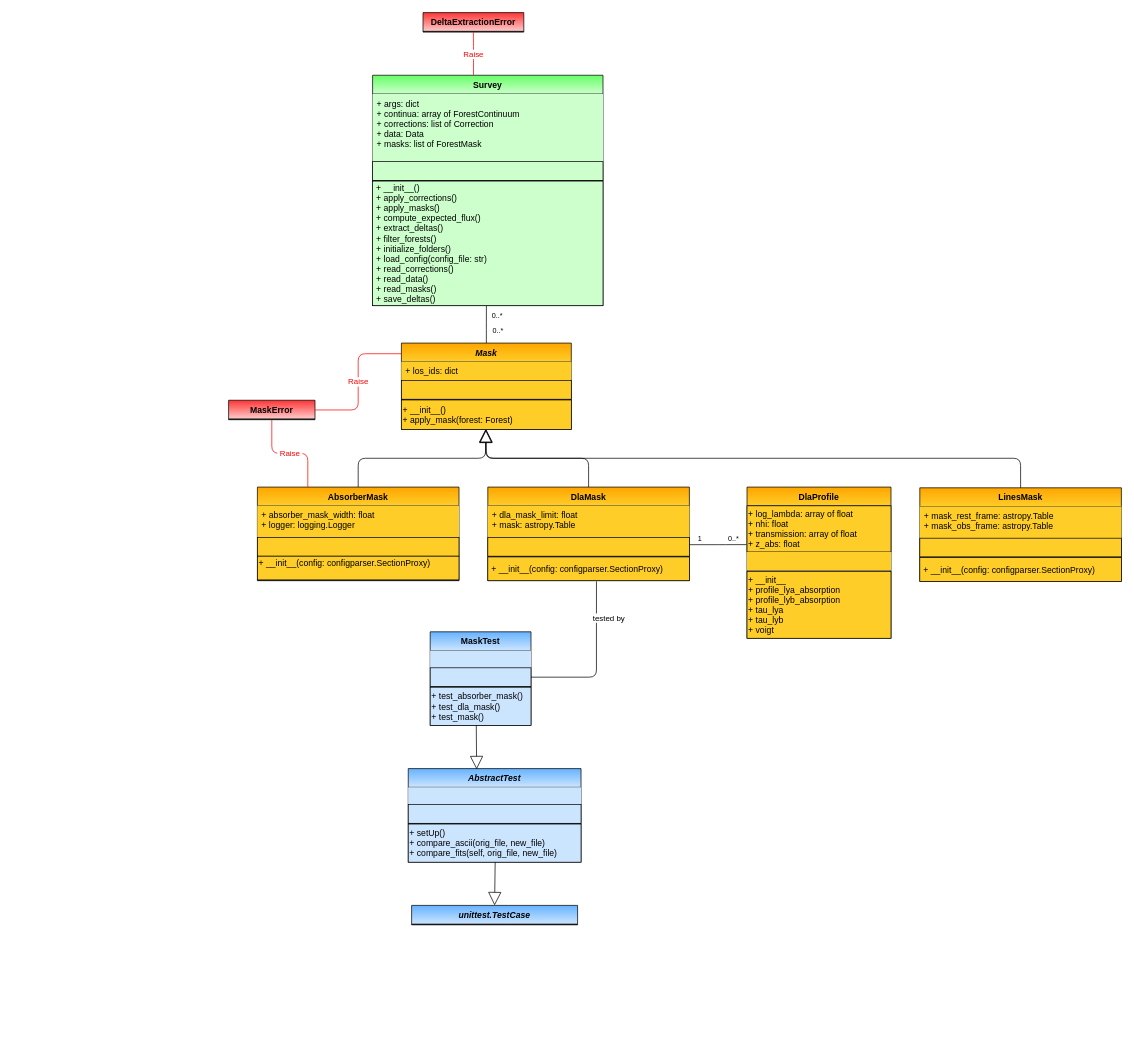
This is page "Mask" (4 of 7) of docs/delta_extraction/data_model/data_model.drawio from igmhub/picca, a draw.io file, before an edit. Source tidied: cells renumbered, new cells numbered last; positions are measured from the earlier drawing's top-left corner, leaving out a move shared by most shapes. Both pictures are drawn from the tidied source at 72%, with x=0, y=0 at pixel (228, 12).
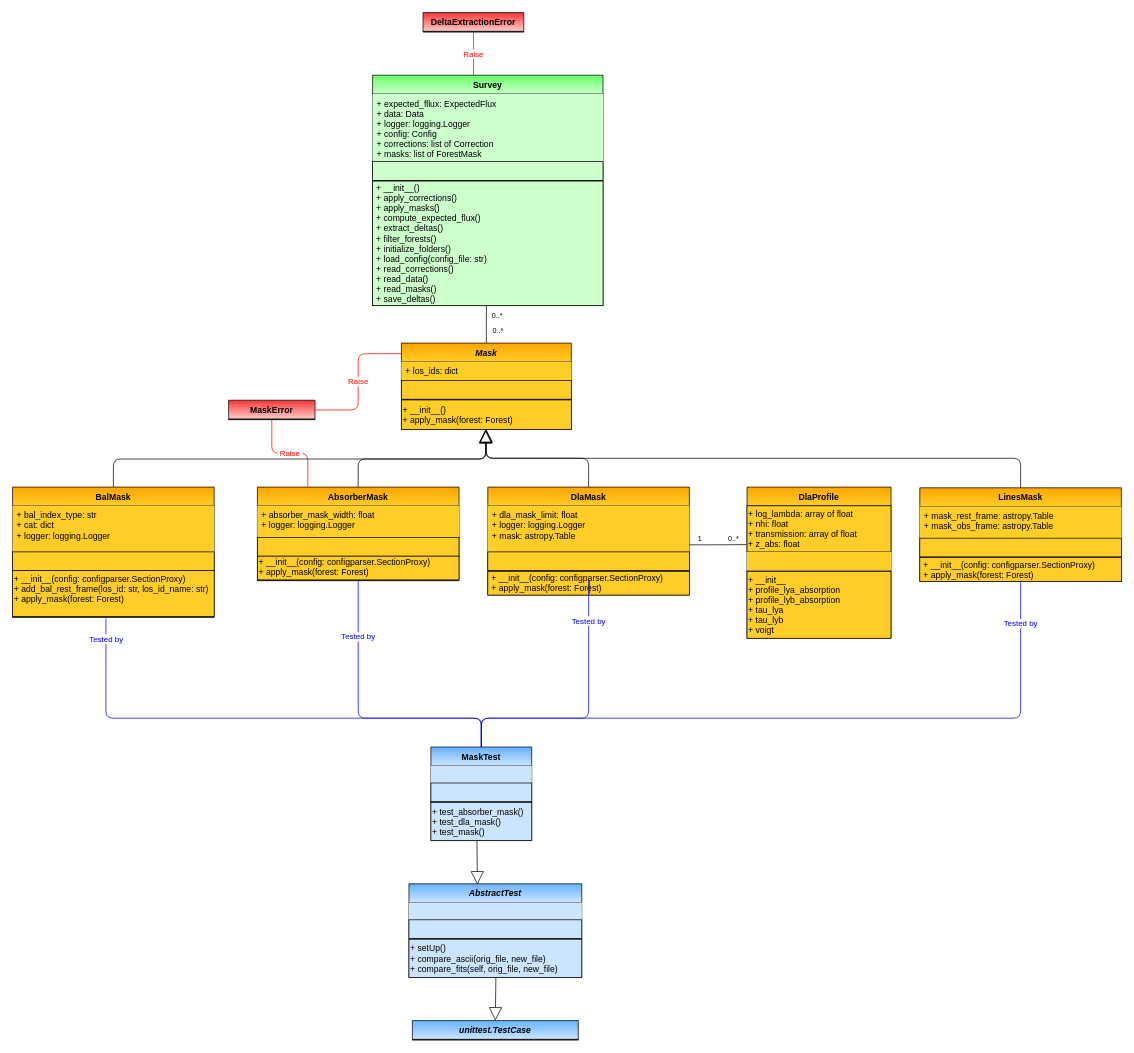
Above is the later version.

Commit message (it also covers changes not shown here):
updated data model

The change refers to these unchanged cells:
```xml
<mxCell id="7" value="Survey" style="swimlane;fontStyle=1;horizontal=1;startSize=26;swimlaneFillColor=#ffffff;rounded=0;shadow=0;glass=0;comic=0;strokeColor=#000000;swimlaneLine=1;gradientDirection=north;fillColor=#CCFFCC;gradientColor=#66FF66;" parent="1" vertex="1">
  <mxGeometry x="200" y="87" width="320" height="320" as="geometry" />
</mxCell>
<mxCell id="21" value="+ __init__()&#10;+ apply_mask(forest: Forest)" style="text;strokeColor=#000000;fillColor=#ffcd28;align=left;verticalAlign=middle;overflow=hidden;points=[[0,0.5],[1,0.5]];portConstraint=eastwest;rounded=0;shadow=0;glass=0;comic=0;fontStyle=0;gradientColor=none;swimlaneFillColor=#ffffff;gradientDirection=north;startSize=26;" parent="17" vertex="1">
  <mxGeometry y="79" width="236" height="41" as="geometry" />
</mxCell>
<mxCell id="22" value="AbsorberMask" style="swimlane;fontStyle=1;horizontal=1;startSize=26;fillColor=#ffcd28;swimlaneFillColor=#ffffff;rounded=0;shadow=0;glass=0;comic=0;strokeColor=#000000;gradientColor=#ffa500;swimlaneLine=1;gradientDirection=north;" parent="1" vertex="1">
  <mxGeometry x="40" y="659" width="280" height="130" as="geometry" />
</mxCell>
<mxCell id="26" style="line;strokeWidth=1;fillColor=none;align=left;verticalAlign=middle;spacingTop=-1;spacingLeft=3;spacingRight=3;labelPosition=right;points=[];portConstraint=eastwest;rounded=0;shadow=0;glass=0;comic=0;" parent="22" vertex="1">
  <mxGeometry y="129" width="280" height="1" as="geometry" />
</mxCell>
<mxCell id="38" value="+ log_lambda: array of float&#10;+ nhi: float&#10;+ transmission: array of float&#10;+ z_abs: float" style="text;strokeColor=#000000;fillColor=#ffcd28;align=left;verticalAlign=middle;overflow=hidden;points=[[0,0.5],[1,0.5]];portConstraint=eastwest;rounded=0;shadow=0;glass=0;comic=0;fontStyle=0;gradientColor=none;swimlaneFillColor=#ffffff;gradientDirection=north;startSize=26;" parent="37" vertex="1">
  <mxGeometry y="26" width="200" height="64" as="geometry" />
</mxCell>
<mxCell id="52" style="text;strokeColor=#000000;align=left;verticalAlign=middle;overflow=hidden;points=[[0,0.5],[1,0.5]];portConstraint=eastwest;rounded=0;shadow=0;glass=0;comic=0;fontStyle=0;gradientColor=none;swimlaneFillColor=#ffffff;gradientDirection=north;startSize=26;fillColor=#CCE5FF;" parent="50" vertex="1">
  <mxGeometry y="50" width="140" height="26" as="geometry" />
</mxCell>
<mxCell id="60" value="LinesMask" style="swimlane;fontStyle=1;horizontal=1;startSize=26;fillColor=#ffcd28;swimlaneFillColor=#ffffff;rounded=0;shadow=0;glass=0;comic=0;strokeColor=#000000;gradientColor=#ffa500;swimlaneLine=1;gradientDirection=north;" parent="1" vertex="1">
  <mxGeometry x="960" y="660" width="280" height="130" as="geometry" />
</mxCell>
```

Change to the diagram source:
```diff
@@
     <mxCell id="2" style="endArrow=block;endSize=16;endFill=0;html=1;entryX=0.496;entryY=0.984;entryDx=0;entryDy=0;entryPerimeter=0;exitX=0.5;exitY=0;exitDx=0;exitDy=0;" parent="1" edge="1" source="22" target="21">
       <mxGeometry relative="1" as="geometry">
         <Array as="points">
-          <mxPoint x="180" y="619" />
-          <mxPoint x="357" y="619" />
+          <mxPoint x="180" y="620" />
+          <mxPoint x="358" y="620" />
         </Array>
       </mxGeometry>
     </mxCell>
@@
-    <mxCell id="8" value="+ args: dict&#10;+ continua: array of ForestContinuum&#10;+ corrections: list of Correction&#10;+ data: Data&#10;+ masks: list of ForestMask&#10;" style="text;strokeColor=none;align=left;verticalAlign=top;spacingLeft=4;spacingRight=4;overflow=hidden;gradientColor=none;fillColor=#CCFFCC;" parent="7" vertex="1">
+    <mxCell id="8" value="+ expected_fllux: ExpectedFlux&#10;+ data: Data&#10;+ logger: logging.Logger&#10;+ config: Config&#10;+ corrections: list of Correction&#10;+ masks: list of ForestMask" style="text;strokeColor=none;align=left;verticalAlign=top;spacingLeft=4;spacingRight=4;overflow=hidden;gradientColor=none;fillColor=#CCFFCC;" parent="7" vertex="1">
       <mxGeometry y="26" width="320" height="94" as="geometry" />
     </mxCell>
@@
     <mxCell id="12" value="DlaMask" style="swimlane;fontStyle=1;horizontal=1;startSize=26;fillColor=#ffcd28;swimlaneFillColor=#ffffff;rounded=0;shadow=0;glass=0;comic=0;strokeColor=#000000;gradientColor=#ffa500;swimlaneLine=1;gradientDirection=north;" parent="1" vertex="1">
-      <mxGeometry x="360" y="659" width="280" height="130" as="geometry" />
+      <mxGeometry x="360" y="659" width="280" height="150" as="geometry" />
     </mxCell>
-    <mxCell id="13" value="+ dla_mask_limit: float&#10;+ mask: astropy.Table" style="text;strokeColor=none;fillColor=#ffcd28;align=left;verticalAlign=top;spacingLeft=4;spacingRight=4;overflow=hidden;points=[[0,0.5],[1,0.5]];portConstraint=eastwest;gradientColor=none;" parent="12" vertex="1">
-      <mxGeometry y="26" width="280" height="44" as="geometry" />
+    <mxCell id="13" value="+ dla_mask_limit: float&#10;+ logger: logging.Logger&#10;+ mask: astropy.Table" style="text;strokeColor=none;fillColor=#ffcd28;align=left;verticalAlign=top;spacingLeft=4;spacingRight=4;overflow=hidden;points=[[0,0.5],[1,0.5]];portConstraint=eastwest;gradientColor=none;" parent="12" vertex="1">
+      <mxGeometry y="26" width="280" height="64" as="geometry" />
     </mxCell>
     <mxCell id="14" style="text;strokeColor=#000000;fillColor=#ffcd28;align=left;verticalAlign=middle;overflow=hidden;points=[[0,0.5],[1,0.5]];portConstraint=eastwest;rounded=0;shadow=0;glass=0;comic=0;fontStyle=0;gradientColor=none;swimlaneFillColor=#ffffff;gradientDirection=north;startSize=26;" parent="12" vertex="1">
-      <mxGeometry y="70" width="280" height="26" as="geometry" />
+      <mxGeometry y="90" width="280" height="26" as="geometry" />
     </mxCell>
     <mxCell id="15" style="line;strokeWidth=1;fillColor=none;align=left;verticalAlign=middle;spacingTop=-1;spacingLeft=3;spacingRight=3;labelPosition=right;rounded=0;shadow=0;glass=0;comic=0;" parent="12" vertex="1">
-      <mxGeometry y="96" width="280" height="1" as="geometry" />
+      <mxGeometry y="116" width="280" height="1" as="geometry" />
     </mxCell>
-    <mxCell id="16" value=" + __init__(config: configparser.SectionProxy)" style="text;strokeColor=#000000;fillColor=#ffcd28;align=left;verticalAlign=middle;overflow=hidden;points=[[0,0.5],[1,0.5]];portConstraint=eastwest;rounded=0;shadow=0;glass=0;comic=0;fontStyle=0;gradientColor=none;swimlaneFillColor=#ffffff;gradientDirection=north;startSize=26;" parent="12" vertex="1">
-      <mxGeometry y="97" width="280" height="33" as="geometry" />
+    <mxCell id="16" value=" + __init__(config: configparser.SectionProxy)&#10; + apply_mask(forest: Forest)" style="text;strokeColor=#000000;fillColor=#ffcd28;align=left;verticalAlign=middle;overflow=hidden;points=[[0,0.5],[1,0.5]];portConstraint=eastwest;rounded=0;shadow=0;glass=0;comic=0;fontStyle=0;gradientColor=none;swimlaneFillColor=#ffffff;gradientDirection=north;startSize=26;" parent="12" vertex="1">
+      <mxGeometry y="117" width="280" height="33" as="geometry" />
     </mxCell>
@@
-    <mxCell id="25" value="+ __init__(config: configparser.SectionProxy)&#10;" style="text;strokeColor=#000000;fillColor=#ffcd28;align=left;verticalAlign=middle;overflow=hidden;rounded=0;shadow=0;glass=0;comic=0;fontStyle=0;gradientColor=none;swimlaneFillColor=#ffffff;gradientDirection=north;startSize=26;" parent="22" vertex="1">
+    <mxCell id="25" value="+ __init__(config: configparser.SectionProxy)&#10;+ apply_mask(forest: Forest)&#10;" style="text;strokeColor=#000000;fillColor=#ffcd28;align=left;verticalAlign=middle;overflow=hidden;rounded=0;shadow=0;glass=0;comic=0;fontStyle=0;gradientColor=none;swimlaneFillColor=#ffffff;gradientDirection=north;startSize=26;" parent="22" vertex="1">
       <mxGeometry y="96" width="280" height="33" as="geometry" />
     </mxCell>
@@
-    <mxCell id="42" style="endArrow=none;html=1;edgeStyle=orthogonalEdgeStyle;entryX=-0.004;entryY=0.842;entryDx=0;entryDy=0;entryPerimeter=0;exitX=1;exitY=0.385;exitDx=0;exitDy=0;exitPerimeter=0;" parent="1" edge="1" source="14" target="38">
+    <mxCell id="42" style="endArrow=none;html=1;edgeStyle=orthogonalEdgeStyle;entryX=-0.004;entryY=0.842;entryDx=0;entryDy=0;entryPerimeter=0;exitX=0.999;exitY=0.847;exitDx=0;exitDy=0;exitPerimeter=0;" parent="1" edge="1" source="13" target="38">
       <mxGeometry relative="1" as="geometry" />
     </mxCell>
@@
     <mxCell id="45" value="AbstractTest" style="swimlane;fontStyle=3;horizontal=1;startSize=26;swimlaneFillColor=#ffffff;rounded=0;shadow=0;glass=0;comic=0;strokeColor=#000000;swimlaneLine=1;gradientDirection=north;gradientColor=#66B2FF;fillColor=#CCE5FF;" parent="1" vertex="1">
-      <mxGeometry x="249.5" y="1050" width="240" height="130" as="geometry" />
+      <mxGeometry x="250.5" y="1210" width="240" height="130" as="geometry" />
     </mxCell>
@@
     <mxCell id="50" value="MaskTest" style="swimlane;fontStyle=1;horizontal=1;startSize=26;swimlaneFillColor=#ffffff;rounded=0;shadow=0;glass=0;comic=0;strokeColor=#000000;swimlaneLine=1;gradientDirection=north;gradientColor=#66B2FF;fillColor=#CCE5FF;" parent="1" vertex="1">
-      <mxGeometry x="280" y="860" width="140" height="130" as="geometry" />
+      <mxGeometry x="281" y="1020" width="140" height="130" as="geometry" />
     </mxCell>
@@
-    <mxCell id="55" style="endArrow=none;html=1;edgeStyle=orthogonalEdgeStyle;entryX=0.539;entryY=1.03;entryDx=0;entryDy=0;entryPerimeter=0;exitX=1;exitY=0.5;exitDx=0;exitDy=0;" parent="1" edge="1" source="52" target="16">
-      <mxGeometry relative="1" as="geometry" />
-    </mxCell>
-    <mxCell id="56" value="&amp;nbsp;tested by&amp;nbsp;" style="edgeLabel;html=1;align=center;verticalAlign=middle;" parent="55" vertex="1">
-      <mxGeometry x="-0.72" relative="1" as="geometry">
-        <mxPoint x="76" y="-83" as="offset" />
-      </mxGeometry>
-    </mxCell>
@@
-    <mxCell id="64" value=" + __init__(config: configparser.SectionProxy)" style="text;strokeColor=#000000;fillColor=#ffcd28;align=left;verticalAlign=middle;overflow=hidden;rounded=0;shadow=0;glass=0;comic=0;fontStyle=0;gradientColor=none;swimlaneFillColor=#ffffff;gradientDirection=north;startSize=26;" parent="60" vertex="1">
+    <mxCell id="64" value=" + __init__(config: configparser.SectionProxy)&#10; + apply_mask(forest: Forest)" style="text;strokeColor=#000000;fillColor=#ffcd28;align=left;verticalAlign=middle;overflow=hidden;rounded=0;shadow=0;glass=0;comic=0;fontStyle=0;gradientColor=none;swimlaneFillColor=#ffffff;gradientDirection=north;startSize=26;" parent="60" vertex="1">
       <mxGeometry y="97" width="280" height="33" as="geometry" />
     </mxCell>
@@
     <mxCell id="66" value="unittest.TestCase" style="swimlane;fontStyle=3;horizontal=1;startSize=26;swimlaneFillColor=#ffffff;rounded=0;shadow=0;glass=0;comic=0;strokeColor=#000000;swimlaneLine=1;gradientDirection=north;gradientColor=#66B2FF;fillColor=#CCE5FF;" parent="1" vertex="1">
-      <mxGeometry x="254.2" y="1240" width="230.5" height="27" as="geometry" />
+      <mxGeometry x="255.2" y="1400" width="230.5" height="27" as="geometry" />
     </mxCell>
@@
+    <mxCell id="69" value="BalMask" style="swimlane;fontStyle=1;horizontal=1;startSize=26;fillColor=#ffcd28;swimlaneFillColor=#ffffff;rounded=0;shadow=0;glass=0;comic=0;strokeColor=#000000;gradientColor=#ffa500;swimlaneLine=1;gradientDirection=north;" parent="1" vertex="1">
+      <mxGeometry x="-300" y="659" width="280" height="181" as="geometry" />
+    </mxCell>
+    <mxCell id="70" value="+ bal_index_type: str&#10;+ cat: dict&#10;+ logger: logging.Logger&#10;" style="text;strokeColor=none;fillColor=#ffcd28;align=left;verticalAlign=top;spacingLeft=4;spacingRight=4;overflow=hidden;gradientColor=none;" parent="69" vertex="1">
+      <mxGeometry y="26" width="280" height="64" as="geometry" />
+    </mxCell>
+    <mxCell id="71" style="text;strokeColor=#000000;fillColor=#ffcd28;align=left;verticalAlign=middle;overflow=hidden;rounded=0;shadow=0;glass=0;comic=0;fontStyle=0;gradientColor=none;swimlaneFillColor=#ffffff;gradientDirection=north;startSize=26;" parent="69" vertex="1">
+      <mxGeometry y="90" width="280" height="26" as="geometry" />
+    </mxCell>
+    <mxCell id="72" value="+ __init__(config: configparser.SectionProxy)&#10;+ add_bal_rest_frame(los_id: str, los_id_name: str)&#10;+ apply_mask(forest: Forest)&#10;" style="text;strokeColor=#000000;fillColor=#ffcd28;align=left;verticalAlign=middle;overflow=hidden;rounded=0;shadow=0;glass=0;comic=0;fontStyle=0;gradientColor=none;swimlaneFillColor=#ffffff;gradientDirection=north;startSize=26;" parent="69" vertex="1">
+      <mxGeometry y="116" width="280" height="64" as="geometry" />
+    </mxCell>
+    <mxCell id="73" style="line;strokeWidth=1;fillColor=none;align=left;verticalAlign=middle;spacingTop=-1;spacingLeft=3;spacingRight=3;labelPosition=right;points=[];portConstraint=eastwest;rounded=0;shadow=0;glass=0;comic=0;" parent="69" vertex="1">
+      <mxGeometry y="180" width="280" height="1" as="geometry" />
+    </mxCell>
+    <mxCell id="74" value="&lt;font color=&quot;#0000ff&quot;&gt;&amp;nbsp;Tested by&amp;nbsp;&lt;/font&gt;" style="endArrow=none;html=1;edgeStyle=orthogonalEdgeStyle;strokeColor=#0000FF;exitX=0.505;exitY=0.955;exitDx=0;exitDy=0;exitPerimeter=0;entryX=0.5;entryY=0;entryDx=0;entryDy=0;" parent="1" edge="1" source="16" target="50">
+      <mxGeometry x="-0.61" relative="1" as="geometry">
+        <Array as="points">
+          <mxPoint x="500" y="788" />
+          <mxPoint x="500" y="980" />
+          <mxPoint x="351" y="980" />
+        </Array>
+      </mxGeometry>
+    </mxCell>
+    <mxCell id="75" style="html=1;align=left;verticalAlign=bottom;labelBackgroundColor=#ffffff;fontSize=10;" parent="74" vertex="1">
+      <mxGeometry x="-1" relative="1" as="geometry">
+        <mxPoint x="10" as="offset" />
+      </mxGeometry>
+    </mxCell>
+    <mxCell id="76" value="&lt;font color=&quot;#0000ff&quot;&gt;&amp;nbsp;Tested by&amp;nbsp;&lt;/font&gt;" style="endArrow=none;html=1;edgeStyle=orthogonalEdgeStyle;strokeColor=#0000FF;entryX=0.5;entryY=0;entryDx=0;entryDy=0;exitX=0.5;exitY=1.293;exitDx=0;exitDy=0;exitPerimeter=0;" parent="1" edge="1" source="26" target="50">
+      <mxGeometry x="-0.61" relative="1" as="geometry">
+        <Array as="points">
+          <mxPoint x="180" y="980" />
+          <mxPoint x="351" y="980" />
+        </Array>
+      </mxGeometry>
+    </mxCell>
+    <mxCell id="77" style="html=1;align=left;verticalAlign=bottom;labelBackgroundColor=#ffffff;fontSize=10;" parent="76" vertex="1">
+      <mxGeometry x="-1" relative="1" as="geometry">
+        <mxPoint x="10" as="offset" />
+      </mxGeometry>
+    </mxCell>
+    <mxCell id="78" value="&lt;font color=&quot;#0000ff&quot;&gt;&amp;nbsp;Tested by&amp;nbsp;&lt;/font&gt;" style="endArrow=none;html=1;edgeStyle=orthogonalEdgeStyle;strokeColor=#0000FF;entryX=0.5;entryY=0;entryDx=0;entryDy=0;exitX=0.463;exitY=2.529;exitDx=0;exitDy=0;exitPerimeter=0;" parent="1" edge="1" source="73" target="50">
+      <mxGeometry x="-0.92" relative="1" as="geometry">
+        <Array as="points">
+          <mxPoint x="-170" y="980" />
+          <mxPoint x="351" y="980" />
+        </Array>
+      </mxGeometry>
+    </mxCell>
+    <mxCell id="79" style="html=1;align=left;verticalAlign=bottom;labelBackgroundColor=#ffffff;fontSize=10;" parent="78" vertex="1">
+      <mxGeometry x="-1" relative="1" as="geometry">
+        <mxPoint x="10" as="offset" />
+      </mxGeometry>
+    </mxCell>
+    <mxCell id="80" value="&lt;font color=&quot;#0000ff&quot;&gt;&amp;nbsp;Tested by&amp;nbsp;&lt;/font&gt;" style="endArrow=none;html=1;edgeStyle=orthogonalEdgeStyle;strokeColor=#0000FF;entryX=0.5;entryY=0;entryDx=0;entryDy=0;exitX=0.5;exitY=1;exitDx=0;exitDy=0;" parent="1" edge="1" source="60" target="50">
+      <mxGeometry x="-0.88" relative="1" as="geometry">
+        <Array as="points">
+          <mxPoint x="1100" y="980" />
+          <mxPoint x="351" y="980" />
+        </Array>
+      </mxGeometry>
+    </mxCell>
+    <mxCell id="81" style="html=1;align=left;verticalAlign=bottom;labelBackgroundColor=#ffffff;fontSize=10;" parent="80" vertex="1">
+      <mxGeometry x="-1" relative="1" as="geometry">
+        <mxPoint x="10" as="offset" />
+      </mxGeometry>
+    </mxCell>
+    <mxCell id="82" style="endArrow=block;endSize=16;endFill=0;html=1;exitX=0.5;exitY=0;exitDx=0;exitDy=0;entryX=0.495;entryY=1.029;entryDx=0;entryDy=0;entryPerimeter=0;" parent="1" edge="1" source="69" target="21">
+      <mxGeometry relative="1" as="geometry">
+        <Array as="points">
+          <mxPoint x="-160" y="620" />
+          <mxPoint x="357" y="620" />
+        </Array>
+      </mxGeometry>
+    </mxCell>
```
